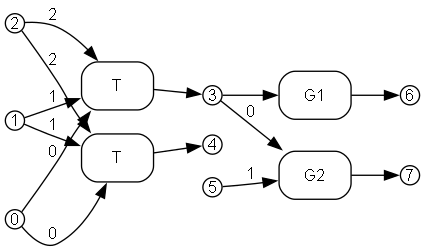
Earlier version of the Graphviz export crates/bhyp/images/test_copy_subst_commute/path1_result.png (ammatsui/bhypvis). Its source is kept beside it as crates/bhyp/images/test_copy_subst_commute/path1_result.dot. Source of this version:
```dot
digraph path1_result {
  fontname="Helvetica"
  fontsize=12
  rankdir=LR;
  node [fontname="Helvetica", fontsize=12];
  edge [fontname="Helvetica", fontsize=12];

  n3 [label="3", shape=circle, style=filled, fillcolor=white, color="black", width=0.2, height=0.2, fixedsize=true];
  n7 [label="7", shape=circle, style=filled, fillcolor=white, color="black", width=0.2, height=0.2, fixedsize=true];
  n4 [label="4", shape=circle, style=filled, fillcolor=white, color="black", width=0.2, height=0.2, fixedsize=true];
  n2 [label="2", shape=circle, style=filled, fillcolor=white, color="black", width=0.2, height=0.2, fixedsize=true];
  n6 [label="6", shape=circle, style=filled, fillcolor=white, color="black", width=0.2, height=0.2, fixedsize=true];
  n1 [label="1", shape=circle, style=filled, fillcolor=white, color="black", width=0.2, height=0.2, fixedsize=true];
  n5 [label="5", shape=circle, style=filled, fillcolor=white, color="black", width=0.2, height=0.2, fixedsize=true];
  n0 [label="0", shape=circle, style=filled, fillcolor=white, color="black", width=0.2, height=0.2, fixedsize=true];

  e0 [label="T", shape=box, style=rounded, color="black"];
  e1 [label="T", shape=box, style=rounded, color="black"];
  e3 [label="G1", shape=box, style=rounded, color="black"];
  e2 [label="G2", shape=box, style=rounded, color="black"];

  n0 -> e0 [label="0"];
  n1 -> e0 [label="1"];
  n2 -> e0 [label="2"];
  n0 -> e1 [label="0"];
  n1 -> e1 [label="1"];
  n2 -> e1 [label="2"];
  n3 -> e3 [label=""];
  n3 -> e2 [label="0"];
  n5 -> e2 [label="1"];

  e0 -> n3 [label=""];
  e1 -> n4 [label=""];
  e3 -> n6 [label=""];
  e2 -> n7 [label=""];
}
```
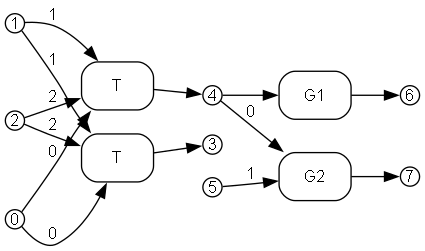
After the change.

The edit, as a diff of the source:
```diff
@@ -5,32 +5,32 @@
   node [fontname="Helvetica", fontsize=12];
   edge [fontname="Helvetica", fontsize=12];
 
+  n5 [label="5", shape=circle, style=filled, fillcolor=white, color="black", width=0.2, height=0.2, fixedsize=true];
+  n1 [label="1", shape=circle, style=filled, fillcolor=white, color="black", width=0.2, height=0.2, fixedsize=true];
+  n6 [label="6", shape=circle, style=filled, fillcolor=white, color="black", width=0.2, height=0.2, fixedsize=true];
+  n7 [label="7", shape=circle, style=filled, fillcolor=white, color="black", width=0.2, height=0.2, fixedsize=true];
+  n0 [label="0", shape=circle, style=filled, fillcolor=white, color="black", width=0.2, height=0.2, fixedsize=true];
   n3 [label="3", shape=circle, style=filled, fillcolor=white, color="black", width=0.2, height=0.2, fixedsize=true];
-  n7 [label="7", shape=circle, style=filled, fillcolor=white, color="black", width=0.2, height=0.2, fixedsize=true];
+  n2 [label="2", shape=circle, style=filled, fillcolor=white, color="black", width=0.2, height=0.2, fixedsize=true];
   n4 [label="4", shape=circle, style=filled, fillcolor=white, color="black", width=0.2, height=0.2, fixedsize=true];
-  n2 [label="2", shape=circle, style=filled, fillcolor=white, color="black", width=0.2, height=0.2, fixedsize=true];
-  n6 [label="6", shape=circle, style=filled, fillcolor=white, color="black", width=0.2, height=0.2, fixedsize=true];
-  n1 [label="1", shape=circle, style=filled, fillcolor=white, color="black", width=0.2, height=0.2, fixedsize=true];
-  n5 [label="5", shape=circle, style=filled, fillcolor=white, color="black", width=0.2, height=0.2, fixedsize=true];
-  n0 [label="0", shape=circle, style=filled, fillcolor=white, color="black", width=0.2, height=0.2, fixedsize=true];
 
-  e0 [label="T", shape=box, style=rounded, color="black"];
-  e1 [label="T", shape=box, style=rounded, color="black"];
   e3 [label="G1", shape=box, style=rounded, color="black"];
   e2 [label="G2", shape=box, style=rounded, color="black"];
+  e1 [label="T", shape=box, style=rounded, color="black"];
+  e0 [label="T", shape=box, style=rounded, color="black"];
 
+  n4 -> e3 [label=""];
+  n4 -> e2 [label="0"];
+  n5 -> e2 [label="1"];
+  n0 -> e1 [label="0"];
+  n1 -> e1 [label="1"];
+  n2 -> e1 [label="2"];
   n0 -> e0 [label="0"];
   n1 -> e0 [label="1"];
   n2 -> e0 [label="2"];
-  n0 -> e1 [label="0"];
-  n1 -> e1 [label="1"];
-  n2 -> e1 [label="2"];
-  n3 -> e3 [label=""];
-  n3 -> e2 [label="0"];
-  n5 -> e2 [label="1"];
 
-  e0 -> n3 [label=""];
-  e1 -> n4 [label=""];
   e3 -> n6 [label=""];
   e2 -> n7 [label=""];
+  e1 -> n4 [label=""];
+  e0 -> n3 [label=""];
 }
```
